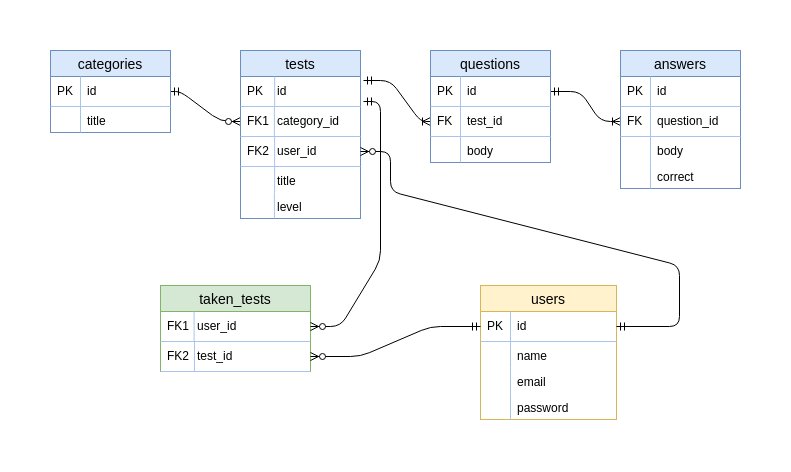
This is wiki/TestGuru.png from akaruitori/test-guru, a draw.io export, as it was before one commit. Source tidied: cells renumbered, new cells last; positions are measured from the earlier drawing's top-left corner, leaving out a move shared by most shapes. Its diagram source:
```xml
<mxGraphModel>
  <root>
    <mxCell id="0" />
    <mxCell id="1" parent="0" />
    <mxCell id="2" style="fontSize=12;html=1;endArrow=ERmandOne;endFill=0;rounded=1;strokeColor=none;startArrow=ERmandOne;startFill=0;" parent="1" edge="1">
      <mxGeometry relative="1" as="geometry">
        <mxPoint x="90" y="50" as="sourcePoint" />
        <mxPoint x="90" y="130" as="targetPoint" />
      </mxGeometry>
    </mxCell>
    <mxCell id="3" style="fontSize=12;html=1;endArrow=ERzeroToMany;startArrow=ERmandOne;entryX=0;entryY=0.5;exitX=1;exitY=0.5;" parent="1" edge="1" source="7" target="14">
      <mxGeometry relative="1" as="geometry">
        <Array as="points">
          <mxPoint x="130" y="41" />
          <mxPoint x="170" y="71" />
        </Array>
      </mxGeometry>
    </mxCell>
    <mxCell id="4" style="fontSize=12;html=1;endArrow=ERoneToMany;startArrow=ERmandOne;entryX=0;entryY=0.5;exitX=1.025;exitY=0.133;exitPerimeter=0;" parent="1" edge="1" source="12" target="26">
      <mxGeometry relative="1" as="geometry">
        <Array as="points">
          <mxPoint x="340" y="30" />
          <mxPoint x="370" y="71" />
        </Array>
      </mxGeometry>
    </mxCell>
    <mxCell id="5" style="fontSize=12;html=1;endArrow=ERoneToMany;startArrow=ERmandOne;exitX=1;exitY=0.5;entryX=0;entryY=0.5;" parent="1" edge="1" source="24" target="33">
      <mxGeometry relative="1" as="geometry">
        <Array as="points">
          <mxPoint x="530" y="41" />
          <mxPoint x="550" y="71" />
          <mxPoint x="570" y="71" />
        </Array>
      </mxGeometry>
    </mxCell>
    <mxCell id="6" value="categories" style="swimlane;fontStyle=0;horizontal=1;startSize=26;fillColor=#dae8fc;swimlaneFillColor=#ffffff;align=center;fontSize=14;comic=0;strokeColor=#6c8ebf;" parent="1" vertex="1">
      <mxGeometry width="120" height="82" as="geometry" />
    </mxCell>
    <mxCell id="7" value="id" style="shape=partialRectangle;top=0;left=0;right=0;bottom=1;align=left;verticalAlign=middle;fillColor=none;spacingLeft=34;spacingRight=4;overflow=hidden;points=[[0,0.5],[1,0.5]];portConstraint=eastwest;fontStyle=0;fontSize=12;strokeColor=#A9C4EB;labelPosition=center;verticalLabelPosition=middle;" parent="6" vertex="1">
      <mxGeometry y="26" width="120" height="30" as="geometry" />
    </mxCell>
    <mxCell id="8" value="PK" style="shape=partialRectangle;top=0;left=0;bottom=0;fillColor=none;align=left;verticalAlign=middle;spacingLeft=4;spacingRight=4;overflow=hidden;fontSize=12;strokeColor=#A9C4EB;" parent="7" vertex="1">
      <mxGeometry width="30" height="30" as="geometry" />
    </mxCell>
    <mxCell id="9" value="title" style="shape=partialRectangle;top=0;left=0;right=0;bottom=0;align=left;verticalAlign=top;fillColor=none;spacingLeft=34;spacingRight=4;overflow=hidden;fontSize=12;strokeColor=#A9C4EB;" parent="6" vertex="1">
      <mxGeometry y="56" width="120" height="26" as="geometry" />
    </mxCell>
    <mxCell id="10" style="shape=partialRectangle;top=0;left=0;bottom=0;fillColor=none;align=left;verticalAlign=top;spacingLeft=4;spacingRight=4;overflow=hidden;fontSize=12;strokeColor=#A9C4EB;" parent="9" vertex="1">
      <mxGeometry width="30" height="26" as="geometry" />
    </mxCell>
    <mxCell id="11" value="tests" style="swimlane;fontStyle=0;horizontal=1;startSize=26;fillColor=#dae8fc;swimlaneFillColor=#ffffff;align=center;fontSize=14;comic=0;strokeColor=#6c8ebf;" parent="1" vertex="1">
      <mxGeometry x="190" width="120" height="168" as="geometry" />
    </mxCell>
    <mxCell id="12" value="id" style="shape=partialRectangle;top=0;left=0;right=0;bottom=1;align=left;verticalAlign=middle;fillColor=none;spacingLeft=34;spacingRight=4;overflow=hidden;points=[[0,0.5],[1,0.5]];portConstraint=eastwest;fontStyle=0;fontSize=12;strokeColor=#A9C4EB;" parent="11" vertex="1">
      <mxGeometry y="26" width="120" height="30" as="geometry" />
    </mxCell>
    <mxCell id="13" value="PK" style="shape=partialRectangle;top=0;left=0;bottom=0;fillColor=none;align=left;verticalAlign=middle;spacingLeft=4;spacingRight=4;overflow=hidden;fontSize=12;strokeColor=#A9C4EB;fontStyle=0;" parent="12" vertex="1">
      <mxGeometry width="34.2" height="30" as="geometry" />
    </mxCell>
    <mxCell id="14" value="category_id" style="shape=partialRectangle;top=0;left=0;right=0;bottom=1;align=left;verticalAlign=middle;fillColor=none;spacingLeft=34;spacingRight=4;overflow=hidden;points=[[0,0.5],[1,0.5]];portConstraint=eastwest;fontStyle=0;fontSize=12;strokeColor=#A9C4EB;" parent="11" vertex="1">
      <mxGeometry y="56" width="120" height="30" as="geometry" />
    </mxCell>
    <mxCell id="15" value="FK1" style="shape=partialRectangle;top=0;left=0;bottom=0;fillColor=none;align=left;verticalAlign=middle;spacingLeft=4;spacingRight=4;overflow=hidden;fontSize=12;fontStyle=0;strokeColor=#A9C4EB;" parent="14" vertex="1">
      <mxGeometry width="33.9" height="30" as="geometry" />
    </mxCell>
    <mxCell id="16" value="user_id" style="shape=partialRectangle;top=0;left=0;right=0;bottom=1;align=left;verticalAlign=middle;fillColor=none;spacingLeft=34;spacingRight=4;overflow=hidden;points=[[0,0.5],[1,0.5]];portConstraint=eastwest;fontStyle=0;fontSize=12;strokeColor=#A9C4EB;" parent="11" vertex="1">
      <mxGeometry y="86" width="120" height="30" as="geometry" />
    </mxCell>
    <mxCell id="17" value="FK2" style="shape=partialRectangle;top=0;left=0;bottom=0;fillColor=none;align=left;verticalAlign=middle;spacingLeft=4;spacingRight=4;overflow=hidden;fontSize=12;fontStyle=0;strokeColor=#A9C4EB;" parent="16" vertex="1">
      <mxGeometry width="34.1" height="30" as="geometry" />
    </mxCell>
    <mxCell id="18" value="title" style="shape=partialRectangle;top=0;left=0;right=0;bottom=0;align=left;verticalAlign=top;fillColor=none;spacingLeft=34;spacingRight=4;overflow=hidden;fontSize=12;strokeColor=#A9C4EB;" parent="11" vertex="1">
      <mxGeometry y="116" width="120" height="26" as="geometry" />
    </mxCell>
    <mxCell id="19" style="shape=partialRectangle;top=0;left=0;bottom=0;fillColor=none;align=left;verticalAlign=middle;spacingLeft=4;spacingRight=4;overflow=hidden;fontSize=12;fontStyle=0;strokeColor=#A9C4EB;" parent="18" vertex="1">
      <mxGeometry width="34.1" height="26" as="geometry" />
    </mxCell>
    <mxCell id="20" style="edgeStyle=none;rounded=1;html=1;exitX=1;exitY=0.5;entryX=1;entryY=0.5;startArrow=ERmandOne;startFill=0;startSize=26;endArrow=ERmandOne;endFill=0;jettySize=auto;orthogonalLoop=1;fontSize=14;fontColor=#007FFF;" parent="11" edge="1" source="12" target="12">
      <mxGeometry relative="1" as="geometry">
        <Array as="points">
          <mxPoint x="120" y="41" />
        </Array>
      </mxGeometry>
    </mxCell>
    <mxCell id="21" value="level" style="shape=partialRectangle;top=0;left=0;right=0;bottom=0;align=left;verticalAlign=top;fillColor=none;spacingLeft=34;spacingRight=4;overflow=hidden;fontSize=12;strokeColor=#A9C4EB;" parent="11" vertex="1">
      <mxGeometry y="142" width="120" height="26" as="geometry" />
    </mxCell>
    <mxCell id="22" style="shape=partialRectangle;top=0;left=0;bottom=0;fillColor=none;align=left;verticalAlign=middle;spacingLeft=4;spacingRight=4;overflow=hidden;fontSize=12;fontStyle=0;strokeColor=#A9C4EB;" parent="21" vertex="1">
      <mxGeometry width="33.9" height="26" as="geometry" />
    </mxCell>
    <mxCell id="23" value="questions" style="swimlane;fontStyle=0;horizontal=1;startSize=26;fillColor=#dae8fc;swimlaneFillColor=#ffffff;align=center;fontSize=14;comic=0;strokeColor=#6c8ebf;" parent="1" vertex="1">
      <mxGeometry x="380" width="120" height="112" as="geometry" />
    </mxCell>
    <mxCell id="24" value="id" style="shape=partialRectangle;top=0;left=0;right=0;bottom=1;align=left;verticalAlign=middle;fillColor=none;spacingLeft=34;spacingRight=4;overflow=hidden;points=[[0,0.5],[1,0.5]];portConstraint=eastwest;fontStyle=0;fontSize=12;strokeColor=#A9C4EB;" parent="23" vertex="1">
      <mxGeometry y="26" width="120" height="30" as="geometry" />
    </mxCell>
    <mxCell id="25" value="PK" style="shape=partialRectangle;top=0;left=0;bottom=0;fillColor=none;align=left;verticalAlign=middle;spacingLeft=4;spacingRight=4;overflow=hidden;fontSize=12;fontStyle=0;strokeColor=#A9C4EB;" parent="24" vertex="1">
      <mxGeometry width="30" height="30" as="geometry" />
    </mxCell>
    <mxCell id="26" value="test_id" style="shape=partialRectangle;top=0;left=0;right=0;bottom=1;align=left;verticalAlign=middle;fillColor=none;spacingLeft=34;spacingRight=4;overflow=hidden;points=[[0,0.5],[1,0.5]];portConstraint=eastwest;fontStyle=0;fontSize=12;strokeColor=#A9C4EB;" parent="23" vertex="1">
      <mxGeometry y="56" width="120" height="30" as="geometry" />
    </mxCell>
    <mxCell id="27" value="FK" style="shape=partialRectangle;top=0;left=0;bottom=0;fillColor=none;align=left;verticalAlign=middle;spacingLeft=4;spacingRight=4;overflow=hidden;fontSize=12;fontStyle=0;strokeColor=#A9C4EB;" parent="26" vertex="1">
      <mxGeometry width="30" height="30" as="geometry" />
    </mxCell>
    <mxCell id="28" value="body" style="shape=partialRectangle;top=0;left=0;right=0;bottom=0;align=left;verticalAlign=top;fillColor=none;spacingLeft=34;spacingRight=4;overflow=hidden;fontSize=12;" parent="23" vertex="1">
      <mxGeometry y="86" width="120" height="26" as="geometry" />
    </mxCell>
    <mxCell id="29" style="shape=partialRectangle;top=0;left=0;bottom=0;fillColor=none;align=left;verticalAlign=middle;spacingLeft=4;spacingRight=4;overflow=hidden;fontSize=12;fontStyle=0;strokeColor=#A9C4EB;" parent="28" vertex="1">
      <mxGeometry width="30" height="26" as="geometry" />
    </mxCell>
    <mxCell id="30" value="answers" style="swimlane;fontStyle=0;horizontal=1;startSize=26;fillColor=#dae8fc;swimlaneFillColor=#ffffff;align=center;fontSize=14;comic=0;strokeColor=#6c8ebf;" parent="1" vertex="1">
      <mxGeometry x="570" width="120" height="138" as="geometry" />
    </mxCell>
    <mxCell id="31" value="id" style="shape=partialRectangle;top=0;left=0;right=0;bottom=1;align=left;verticalAlign=middle;fillColor=none;spacingLeft=34;spacingRight=4;overflow=hidden;fontStyle=0;fontSize=12;strokeColor=#A9C4EB;" parent="30" vertex="1">
      <mxGeometry y="26" width="120" height="30" as="geometry" />
    </mxCell>
    <mxCell id="32" value="PK" style="shape=partialRectangle;top=0;left=0;bottom=0;fillColor=none;align=left;verticalAlign=middle;spacingLeft=4;spacingRight=4;overflow=hidden;fontSize=12;fontStyle=0;strokeColor=#A9C4EB;" parent="31" vertex="1">
      <mxGeometry width="30" height="30" as="geometry" />
    </mxCell>
    <mxCell id="33" value="question_id" style="shape=partialRectangle;top=0;left=0;right=0;bottom=1;align=left;verticalAlign=middle;fillColor=none;spacingLeft=34;spacingRight=4;overflow=hidden;points=[[0,0.5],[1,0.5]];portConstraint=eastwest;fontStyle=0;fontSize=12;strokeColor=#A9C4EB;" parent="30" vertex="1">
      <mxGeometry y="56" width="120" height="30" as="geometry" />
    </mxCell>
    <mxCell id="34" value="FK" style="shape=partialRectangle;top=0;left=0;bottom=0;fillColor=none;align=left;verticalAlign=middle;spacingLeft=4;spacingRight=4;overflow=hidden;fontSize=12;fontStyle=0;strokeColor=#A9C4EB;" parent="33" vertex="1">
      <mxGeometry width="30" height="30" as="geometry" />
    </mxCell>
    <mxCell id="35" value="body" style="shape=partialRectangle;top=0;left=0;right=0;bottom=0;align=left;verticalAlign=top;fillColor=none;spacingLeft=34;spacingRight=4;overflow=hidden;fontSize=12;" parent="30" vertex="1">
      <mxGeometry y="86" width="120" height="26" as="geometry" />
    </mxCell>
    <mxCell id="36" style="shape=partialRectangle;top=0;left=0;bottom=0;fillColor=none;align=left;verticalAlign=middle;spacingLeft=4;spacingRight=4;overflow=hidden;fontSize=12;fontStyle=0;strokeColor=#A9C4EB;" parent="35" vertex="1">
      <mxGeometry width="30" height="26" as="geometry" />
    </mxCell>
    <mxCell id="37" value="correct" style="shape=partialRectangle;top=0;left=0;right=0;bottom=0;align=left;verticalAlign=top;fillColor=none;spacingLeft=34;spacingRight=4;overflow=hidden;fontSize=12;" parent="30" vertex="1">
      <mxGeometry y="112" width="120" height="26" as="geometry" />
    </mxCell>
    <mxCell id="38" style="shape=partialRectangle;top=0;left=0;bottom=0;fillColor=none;align=left;verticalAlign=middle;spacingLeft=4;spacingRight=4;overflow=hidden;fontSize=12;fontStyle=0;strokeColor=#A9C4EB;" parent="37" vertex="1">
      <mxGeometry width="30" height="26" as="geometry" />
    </mxCell>
    <mxCell id="39" value="taken_tests" style="swimlane;fontStyle=0;horizontal=1;startSize=26;fillColor=#d5e8d4;swimlaneFillColor=#ffffff;align=center;fontSize=14;comic=0;strokeColor=#82b366;" parent="1" vertex="1">
      <mxGeometry x="110" y="235" width="150" height="86" as="geometry" />
    </mxCell>
    <mxCell id="40" value="user_id" style="shape=partialRectangle;top=0;left=0;right=0;bottom=1;align=left;verticalAlign=middle;fillColor=none;spacingLeft=34;spacingRight=4;overflow=hidden;points=[[0,0.5],[1,0.5]];portConstraint=eastwest;fontStyle=0;fontSize=12;strokeColor=#A9C4EB;" parent="39" vertex="1">
      <mxGeometry y="26" width="150" height="30" as="geometry" />
    </mxCell>
    <mxCell id="41" value="FK1" style="shape=partialRectangle;top=0;left=0;bottom=0;fillColor=none;align=left;verticalAlign=middle;spacingLeft=4;spacingRight=4;overflow=hidden;fontSize=12;fontStyle=0;strokeColor=#A9C4EB;" parent="40" vertex="1">
      <mxGeometry width="33.6" height="30" as="geometry" />
    </mxCell>
    <mxCell id="42" value="test_id" style="shape=partialRectangle;top=0;left=0;right=0;bottom=1;align=left;verticalAlign=middle;fillColor=none;spacingLeft=34;spacingRight=4;overflow=hidden;points=[[0,0.5],[1,0.5]];portConstraint=eastwest;fontStyle=0;fontSize=12;strokeColor=#A9C4EB;" parent="39" vertex="1">
      <mxGeometry y="56" width="150" height="30" as="geometry" />
    </mxCell>
    <mxCell id="43" value="FK2" style="shape=partialRectangle;top=0;left=0;bottom=0;fillColor=none;align=left;verticalAlign=middle;spacingLeft=4;spacingRight=4;overflow=hidden;fontSize=12;fontStyle=0;strokeColor=#A9C4EB;" parent="42" vertex="1">
      <mxGeometry width="34" height="30" as="geometry" />
    </mxCell>
    <mxCell id="44" value="users" style="swimlane;fontStyle=0;horizontal=1;startSize=26;fillColor=#fff2cc;swimlaneFillColor=#ffffff;align=center;fontSize=14;comic=0;strokeColor=#d6b656;" parent="1" vertex="1">
      <mxGeometry x="430" y="235" width="136" height="134" as="geometry" />
    </mxCell>
    <mxCell id="45" value="id" style="shape=partialRectangle;top=0;left=0;right=0;bottom=1;align=left;verticalAlign=middle;fillColor=none;spacingLeft=34;spacingRight=4;overflow=hidden;points=[[0,0.5],[1,0.5]];portConstraint=eastwest;fontStyle=0;fontSize=12;strokeColor=#A9C4EB;" parent="44" vertex="1">
      <mxGeometry y="26" width="136" height="30" as="geometry" />
    </mxCell>
    <mxCell id="46" value="PK" style="shape=partialRectangle;top=0;left=0;bottom=0;fillColor=none;align=left;verticalAlign=middle;spacingLeft=4;spacingRight=4;overflow=hidden;fontSize=12;fontStyle=0;strokeColor=#A9C4EB;" parent="45" vertex="1">
      <mxGeometry width="30" height="30" as="geometry" />
    </mxCell>
    <mxCell id="47" value="name" style="shape=partialRectangle;top=0;left=0;right=0;bottom=0;align=left;verticalAlign=top;fillColor=none;spacingLeft=34;spacingRight=4;overflow=hidden;fontSize=12;" parent="44" vertex="1">
      <mxGeometry y="56" width="136" height="26" as="geometry" />
    </mxCell>
    <mxCell id="48" style="shape=partialRectangle;top=0;left=0;bottom=0;fillColor=none;align=left;verticalAlign=middle;spacingLeft=4;spacingRight=4;overflow=hidden;fontSize=12;fontStyle=0;strokeColor=#A9C4EB;" parent="47" vertex="1">
      <mxGeometry width="30" height="26" as="geometry" />
    </mxCell>
    <mxCell id="49" value="email" style="shape=partialRectangle;top=0;left=0;right=0;bottom=0;align=left;verticalAlign=top;fillColor=none;spacingLeft=34;spacingRight=4;overflow=hidden;fontSize=12;" parent="44" vertex="1">
      <mxGeometry y="82" width="136" height="26" as="geometry" />
    </mxCell>
    <mxCell id="50" style="shape=partialRectangle;top=0;left=0;bottom=0;fillColor=none;align=left;verticalAlign=middle;spacingLeft=4;spacingRight=4;overflow=hidden;fontSize=12;fontStyle=0;strokeColor=#A9C4EB;" parent="49" vertex="1">
      <mxGeometry width="30" height="26" as="geometry" />
    </mxCell>
    <mxCell id="51" value="password" style="shape=partialRectangle;top=0;left=0;right=0;bottom=0;align=left;verticalAlign=top;fillColor=none;spacingLeft=34;spacingRight=4;overflow=hidden;fontSize=12;" parent="44" vertex="1">
      <mxGeometry y="108" width="136" height="26" as="geometry" />
    </mxCell>
    <mxCell id="52" style="shape=partialRectangle;top=0;left=0;bottom=0;fillColor=none;align=left;verticalAlign=middle;spacingLeft=4;spacingRight=4;overflow=hidden;fontSize=12;fontStyle=0;strokeColor=#A9C4EB;" parent="51" vertex="1">
      <mxGeometry width="30" height="26" as="geometry" />
    </mxCell>
    <mxCell id="53" style="fontSize=12;html=1;endArrow=ERzeroToMany;startArrow=ERmandOne;exitX=0;exitY=0.5;entryX=1;entryY=0.5;" parent="1" edge="1" source="45" target="42">
      <mxGeometry relative="1" as="geometry">
        <Array as="points">
          <mxPoint x="380" y="276" />
          <mxPoint x="310" y="306" />
        </Array>
      </mxGeometry>
    </mxCell>
    <mxCell id="54" style="fontSize=12;html=1;endArrow=ERzeroToMany;startArrow=ERmandOne;entryX=1;entryY=0.5;exitX=1.025;exitY=0.833;exitPerimeter=0;" parent="1" edge="1" source="12" target="40">
      <mxGeometry relative="1" as="geometry">
        <Array as="points">
          <mxPoint x="330" y="51" />
          <mxPoint x="330" y="210" />
          <mxPoint x="290" y="276" />
        </Array>
      </mxGeometry>
    </mxCell>
    <mxCell id="55" style="fontSize=12;html=1;endArrow=ERzeroToMany;startArrow=ERmandOne;entryX=1;entryY=0.5;exitX=1;exitY=0.5;" parent="1" edge="1" source="45" target="16">
      <mxGeometry relative="1" as="geometry">
        <Array as="points">
          <mxPoint x="629" y="276" />
          <mxPoint x="629" y="215" />
          <mxPoint x="340" y="141" />
          <mxPoint x="340" y="101" />
        </Array>
      </mxGeometry>
    </mxCell>
  </root>
</mxGraphModel>
```
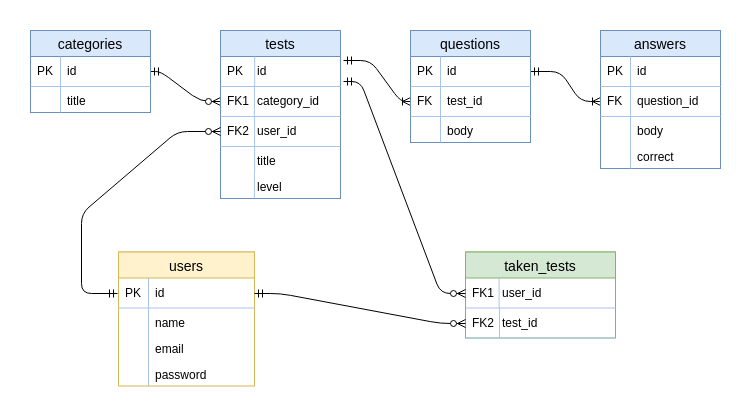
The same file after the commit.

The edit, as a diff of the source:
```diff
@@ -137,7 +137,7 @@
       <mxGeometry width="30" height="26" as="geometry" />
     </mxCell>
     <mxCell id="39" value="taken_tests" style="swimlane;fontStyle=0;horizontal=1;startSize=26;fillColor=#d5e8d4;swimlaneFillColor=#ffffff;align=center;fontSize=14;comic=0;strokeColor=#82b366;" parent="1" vertex="1">
-      <mxGeometry x="110" y="235" width="150" height="86" as="geometry" />
+      <mxGeometry x="435" y="221.5" width="150" height="86" as="geometry" />
     </mxCell>
     <mxCell id="40" value="user_id" style="shape=partialRectangle;top=0;left=0;right=0;bottom=1;align=left;verticalAlign=middle;fillColor=none;spacingLeft=34;spacingRight=4;overflow=hidden;points=[[0,0.5],[1,0.5]];portConstraint=eastwest;fontStyle=0;fontSize=12;strokeColor=#A9C4EB;" parent="39" vertex="1">
       <mxGeometry y="26" width="150" height="30" as="geometry" />
@@ -152,7 +152,7 @@
       <mxGeometry width="34" height="30" as="geometry" />
     </mxCell>
     <mxCell id="44" value="users" style="swimlane;fontStyle=0;horizontal=1;startSize=26;fillColor=#fff2cc;swimlaneFillColor=#ffffff;align=center;fontSize=14;comic=0;strokeColor=#d6b656;" parent="1" vertex="1">
-      <mxGeometry x="430" y="235" width="136" height="134" as="geometry" />
+      <mxGeometry x="88" y="221.5" width="136" height="134" as="geometry" />
     </mxCell>
     <mxCell id="45" value="id" style="shape=partialRectangle;top=0;left=0;right=0;bottom=1;align=left;verticalAlign=middle;fillColor=none;spacingLeft=34;spacingRight=4;overflow=hidden;points=[[0,0.5],[1,0.5]];portConstraint=eastwest;fontStyle=0;fontSize=12;strokeColor=#A9C4EB;" parent="44" vertex="1">
       <mxGeometry y="26" width="136" height="30" as="geometry" />
@@ -178,30 +178,29 @@
     <mxCell id="52" style="shape=partialRectangle;top=0;left=0;bottom=0;fillColor=none;align=left;verticalAlign=middle;spacingLeft=4;spacingRight=4;overflow=hidden;fontSize=12;fontStyle=0;strokeColor=#A9C4EB;" parent="51" vertex="1">
       <mxGeometry width="30" height="26" as="geometry" />
     </mxCell>
-    <mxCell id="53" style="fontSize=12;html=1;endArrow=ERzeroToMany;startArrow=ERmandOne;exitX=0;exitY=0.5;entryX=1;entryY=0.5;" parent="1" edge="1" source="45" target="42">
+    <mxCell id="53" style="fontSize=12;html=1;endArrow=ERzeroToMany;startArrow=ERmandOne;exitX=1;exitY=0.5;entryX=0;entryY=0.5;" parent="1" edge="1" source="45" target="42">
       <mxGeometry relative="1" as="geometry">
         <Array as="points">
-          <mxPoint x="380" y="276" />
-          <mxPoint x="310" y="306" />
+          <mxPoint x="250" y="263" />
+          <mxPoint x="410" y="293" />
         </Array>
       </mxGeometry>
     </mxCell>
-    <mxCell id="54" style="fontSize=12;html=1;endArrow=ERzeroToMany;startArrow=ERmandOne;entryX=1;entryY=0.5;exitX=1.025;exitY=0.833;exitPerimeter=0;" parent="1" edge="1" source="12" target="40">
+    <mxCell id="54" style="fontSize=12;html=1;endArrow=ERzeroToMany;startArrow=ERmandOne;entryX=0;entryY=0.5;exitX=1.025;exitY=0.833;exitPerimeter=0;" parent="1" edge="1" source="12" target="40">
       <mxGeometry relative="1" as="geometry">
         <Array as="points">
           <mxPoint x="330" y="51" />
-          <mxPoint x="330" y="210" />
-          <mxPoint x="290" y="276" />
+          <mxPoint x="410" y="263" />
         </Array>
       </mxGeometry>
     </mxCell>
-    <mxCell id="55" style="fontSize=12;html=1;endArrow=ERzeroToMany;startArrow=ERmandOne;entryX=1;entryY=0.5;exitX=1;exitY=0.5;" parent="1" edge="1" source="45" target="16">
+    <mxCell id="55" style="fontSize=12;html=1;endArrow=ERzeroToMany;startArrow=ERmandOne;entryX=0;entryY=0.5;" parent="1" edge="1" target="16">
       <mxGeometry relative="1" as="geometry">
+        <mxPoint x="87" y="263" as="sourcePoint" />
         <Array as="points">
-          <mxPoint x="629" y="276" />
-          <mxPoint x="629" y="215" />
-          <mxPoint x="340" y="141" />
-          <mxPoint x="340" y="101" />
+          <mxPoint x="51" y="263" />
+          <mxPoint x="51" y="183" />
+          <mxPoint x="147" y="101" />
         </Array>
       </mxGeometry>
     </mxCell>
```
